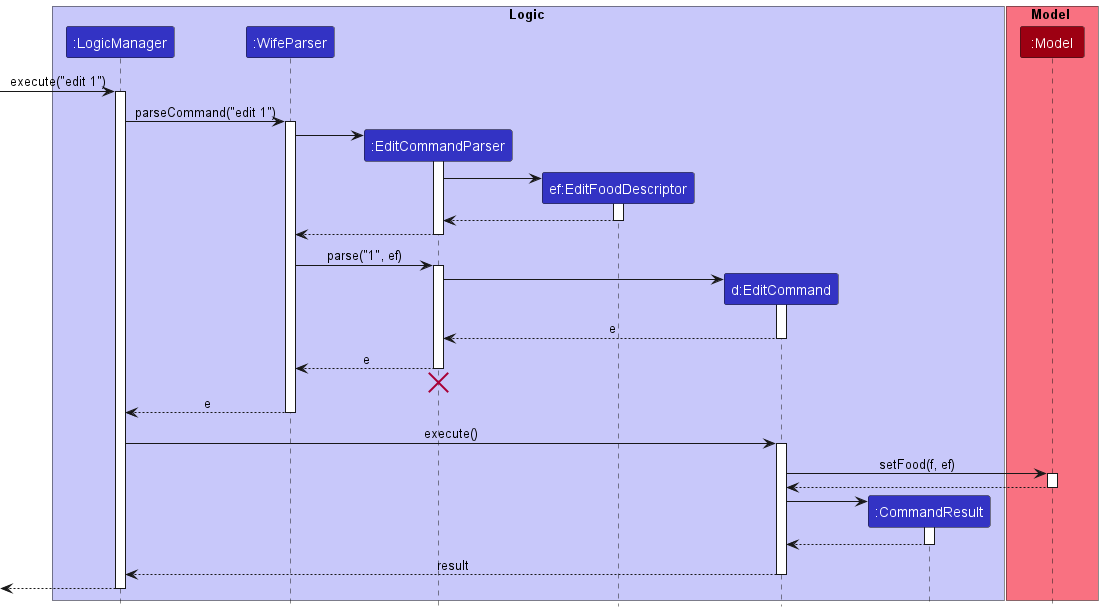
This is docs/diagrams/EditCommandSequenceDiagram.png from nus-cs2103-AY2223S2/tp, a PlantUML export, as it was before one commit.
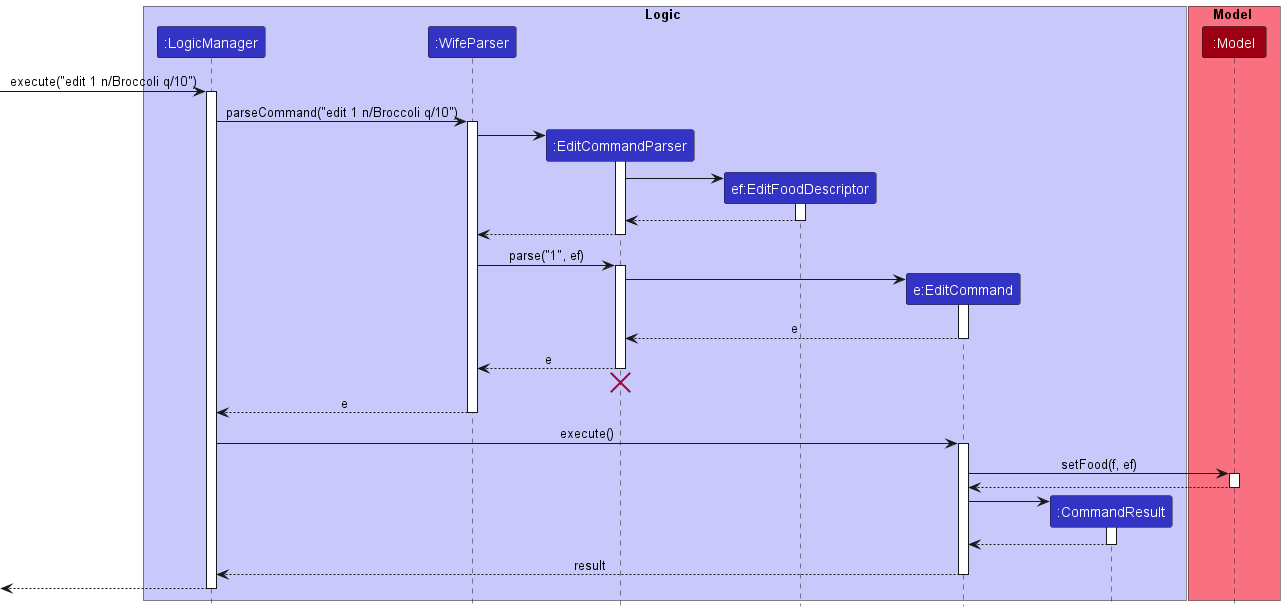
Later version of the same file.

The edit, as a diff of the source:
```diff
@@ -6,7 +6,7 @@
 participant ":WifeParser" as WifeParser LOGIC_COLOR
 participant ":EditCommandParser" as EditCommandParser LOGIC_COLOR
 participant "ef:EditFoodDescriptor" as EditFoodDescriptor LOGIC_COLOR
-participant "d:EditCommand" as EditCommand LOGIC_COLOR
+participant "e:EditCommand" as EditCommand LOGIC_COLOR
 participant ":CommandResult" as CommandResult LOGIC_COLOR
 end box
 
@@ -14,10 +14,10 @@
 participant ":Model" as Model MODEL_COLOR
 end box
 
-[-> LogicManager : execute("edit 1")
+[-> LogicManager : execute("edit 1 n/Broccoli q/10")
 activate LogicManager
 
-LogicManager -> WifeParser : parseCommand("edit 1")
+LogicManager -> WifeParser : parseCommand("edit 1 n/Broccoli q/10")
 activate WifeParser
 
 create EditCommandParser
```
